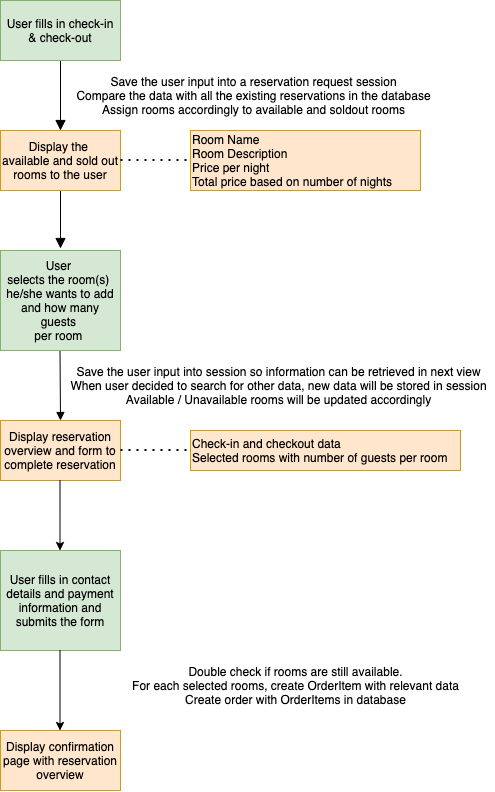
Before: wireframes/flowchart_reservation_process.png, a diagram exported from draw.io (AnoukSmet/Casa-Pedra-Nobre). Source tidied: cells renumbered, new cells last; positions are measured from the earlier drawing's top-left corner, leaving out a move shared by most shapes.
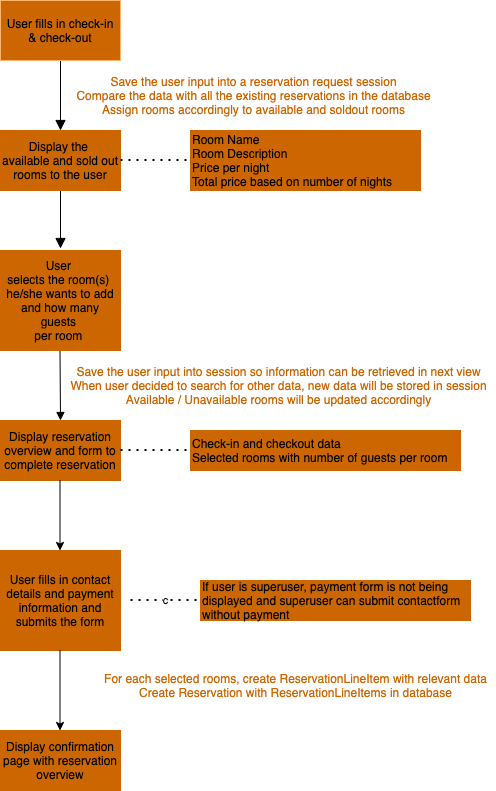
The same diagram one commit later.

Commit message:
Removed opacity spinning overlay + updated flowchart reservation process

What changed in the source:
```diff
@@ -18,7 +18,7 @@
         </Array>
       </mxGeometry>
     </mxCell>
-    <mxCell id="4" value="Save the user input into a reservation request session&lt;br&gt;Compare the data with all the existing reservations in the database&lt;br&gt;Assign rooms accordingly to available and soldout rooms" style="text;html=1;align=center;verticalAlign=middle;" parent="1" vertex="1">
+    <mxCell id="4" value="Save the user input into a reservation request session&lt;br&gt;Compare the data with all the existing reservations in the database&lt;br&gt;Assign rooms accordingly to available and soldout rooms" style="text;html=1;align=center;verticalAlign=middle;fontColor=#CC6600;" parent="1" vertex="1">
       <mxGeometry x="68" y="70" width="370" height="50" as="geometry" />
     </mxCell>
     <mxCell id="5" style="endArrow=block;html=1;endFill=1;entryX=0.5;entryY=0;entryDx=0;entryDy=0;" parent="1" edge="1" target="9">
@@ -26,19 +26,19 @@
         <mxPoint x="59.5" y="350" as="sourcePoint" />
       </mxGeometry>
     </mxCell>
-    <mxCell id="6" value="&lt;meta charset=&quot;utf-8&quot;&gt;&lt;span style=&quot;color: rgb(0, 0, 0); font-family: helvetica; font-size: 12px; font-style: normal; font-weight: 400; letter-spacing: normal; text-align: center; text-indent: 0px; text-transform: none; word-spacing: 0px; display: inline; float: none;&quot;&gt;Display the&lt;span&gt;&amp;nbsp;&lt;/span&gt;&lt;/span&gt;&lt;br style=&quot;color: rgb(0, 0, 0); font-family: helvetica; font-size: 12px; font-style: normal; font-weight: 400; letter-spacing: normal; text-align: center; text-indent: 0px; text-transform: none; word-spacing: 0px;&quot;&gt;&lt;span style=&quot;color: rgb(0, 0, 0); font-family: helvetica; font-size: 12px; font-style: normal; font-weight: 400; letter-spacing: normal; text-align: center; text-indent: 0px; text-transform: none; word-spacing: 0px; display: inline; float: none;&quot;&gt;available and sold out rooms to the user&lt;/span&gt;" style="rounded=0;whiteSpace=wrap;html=1;fillColor=#ffe6cc;strokeColor=#d79b00;labelBackgroundColor=none;" parent="1" vertex="1">
+    <mxCell id="6" value="&lt;meta charset=&quot;utf-8&quot;&gt;&lt;span style=&quot;color: rgb(0, 0, 0); font-family: helvetica; font-size: 12px; font-style: normal; font-weight: 400; letter-spacing: normal; text-align: center; text-indent: 0px; text-transform: none; word-spacing: 0px; display: inline; float: none;&quot;&gt;Display the&lt;span&gt;&amp;nbsp;&lt;/span&gt;&lt;/span&gt;&lt;br style=&quot;color: rgb(0, 0, 0); font-family: helvetica; font-size: 12px; font-style: normal; font-weight: 400; letter-spacing: normal; text-align: center; text-indent: 0px; text-transform: none; word-spacing: 0px;&quot;&gt;&lt;span style=&quot;color: rgb(0, 0, 0); font-family: helvetica; font-size: 12px; font-style: normal; font-weight: 400; letter-spacing: normal; text-align: center; text-indent: 0px; text-transform: none; word-spacing: 0px; display: inline; float: none;&quot;&gt;available and sold out rooms to the user&lt;/span&gt;" style="rounded=0;whiteSpace=wrap;html=1;labelBackgroundColor=none;strokeColor=#CC6600;fillColor=#CC6600;" parent="1" vertex="1">
       <mxGeometry y="130" width="120" height="60" as="geometry" />
     </mxCell>
-    <mxCell id="7" value="&lt;meta charset=&quot;utf-8&quot;&gt;&lt;span style=&quot;color: rgb(0, 0, 0); font-family: helvetica; font-size: 12px; font-style: normal; font-weight: 400; letter-spacing: normal; text-align: center; text-indent: 0px; text-transform: none; word-spacing: 0px; display: inline; float: none;&quot;&gt;User fills in check-in &amp;amp; check-out&lt;/span&gt;" style="rounded=0;whiteSpace=wrap;html=1;fillColor=#d5e8d4;strokeColor=#82b366;labelBackgroundColor=none;" parent="1" vertex="1">
+    <mxCell id="7" value="&lt;meta charset=&quot;utf-8&quot;&gt;&lt;span style=&quot;color: rgb(0, 0, 0); font-family: helvetica; font-size: 12px; font-style: normal; font-weight: 400; letter-spacing: normal; text-align: center; text-indent: 0px; text-transform: none; word-spacing: 0px; display: inline; float: none;&quot;&gt;User fills in check-in &amp;amp; check-out&lt;/span&gt;" style="rounded=0;whiteSpace=wrap;html=1;labelBackgroundColor=none;strokeColor=#FFB570;fillColor=#CC6600;" parent="1" vertex="1">
       <mxGeometry width="120" height="60" as="geometry" />
     </mxCell>
-    <mxCell id="8" value="&lt;span style=&quot;color: rgb(0 , 0 , 0) ; font-family: &amp;#34;helvetica&amp;#34; ; font-size: 12px ; font-style: normal ; font-weight: 400 ; letter-spacing: normal ; text-align: center ; text-indent: 0px ; text-transform: none ; word-spacing: 0px ; display: inline ; float: none&quot;&gt;User&lt;span&gt;&amp;nbsp;&lt;/span&gt;&lt;/span&gt;&lt;br style=&quot;color: rgb(0 , 0 , 0) ; font-family: &amp;#34;helvetica&amp;#34; ; font-size: 12px ; font-style: normal ; font-weight: 400 ; letter-spacing: normal ; text-align: center ; text-indent: 0px ; text-transform: none ; word-spacing: 0px&quot;&gt;&lt;span style=&quot;color: rgb(0 , 0 , 0) ; font-family: &amp;#34;helvetica&amp;#34; ; font-size: 12px ; font-style: normal ; font-weight: 400 ; letter-spacing: normal ; text-align: center ; text-indent: 0px ; text-transform: none ; word-spacing: 0px ; display: inline ; float: none&quot;&gt;selects&amp;nbsp;the room(s)&lt;span&gt;&amp;nbsp;&lt;/span&gt;&lt;/span&gt;&lt;br style=&quot;color: rgb(0 , 0 , 0) ; font-family: &amp;#34;helvetica&amp;#34; ; font-size: 12px ; font-style: normal ; font-weight: 400 ; letter-spacing: normal ; text-align: center ; text-indent: 0px ; text-transform: none ; word-spacing: 0px&quot;&gt;&lt;span style=&quot;color: rgb(0 , 0 , 0) ; font-family: &amp;#34;helvetica&amp;#34; ; font-size: 12px ; font-style: normal ; font-weight: 400 ; letter-spacing: normal ; text-align: center ; text-indent: 0px ; text-transform: none ; word-spacing: 0px ; display: inline ; float: none&quot;&gt;he/she wants to add and how many guests&lt;span&gt;&amp;nbsp;&lt;/span&gt;&lt;/span&gt;&lt;br style=&quot;color: rgb(0 , 0 , 0) ; font-family: &amp;#34;helvetica&amp;#34; ; font-size: 12px ; font-style: normal ; font-weight: 400 ; letter-spacing: normal ; text-align: center ; text-indent: 0px ; text-transform: none ; word-spacing: 0px&quot;&gt;&lt;span style=&quot;color: rgb(0 , 0 , 0) ; font-family: &amp;#34;helvetica&amp;#34; ; font-size: 12px ; font-style: normal ; font-weight: 400 ; letter-spacing: normal ; text-align: center ; text-indent: 0px ; text-transform: none ; word-spacing: 0px ; display: inline ; float: none&quot;&gt;per&amp;nbsp;room&amp;nbsp;&lt;/span&gt;" style="rounded=0;whiteSpace=wrap;html=1;fillColor=#d5e8d4;strokeColor=#82b366;labelBackgroundColor=none;" parent="1" vertex="1">
+    <mxCell id="8" value="&lt;span style=&quot;&quot;&gt;&lt;span style=&quot;color: rgb(0 , 0 , 0) ; font-family: &amp;quot;helvetica&amp;quot; ; font-size: 12px ; font-style: normal ; font-weight: 400 ; letter-spacing: normal ; text-align: center ; text-indent: 0px ; text-transform: none ; word-spacing: 0px ; display: inline ; float: none&quot;&gt;User&lt;span&gt;&amp;nbsp;&lt;/span&gt;&lt;/span&gt;&lt;br style=&quot;color: rgb(0 , 0 , 0) ; font-family: &amp;quot;helvetica&amp;quot; ; font-size: 12px ; font-style: normal ; font-weight: 400 ; letter-spacing: normal ; text-align: center ; text-indent: 0px ; text-transform: none ; word-spacing: 0px&quot;&gt;&lt;span style=&quot;color: rgb(0 , 0 , 0) ; font-family: &amp;quot;helvetica&amp;quot; ; font-size: 12px ; font-style: normal ; font-weight: 400 ; letter-spacing: normal ; text-align: center ; text-indent: 0px ; text-transform: none ; word-spacing: 0px ; display: inline ; float: none&quot;&gt;selects&amp;nbsp;the room(s)&lt;span&gt;&amp;nbsp;&lt;/span&gt;&lt;/span&gt;&lt;br style=&quot;color: rgb(0 , 0 , 0) ; font-family: &amp;quot;helvetica&amp;quot; ; font-size: 12px ; font-style: normal ; font-weight: 400 ; letter-spacing: normal ; text-align: center ; text-indent: 0px ; text-transform: none ; word-spacing: 0px&quot;&gt;&lt;span style=&quot;color: rgb(0 , 0 , 0) ; font-family: &amp;quot;helvetica&amp;quot; ; font-size: 12px ; font-style: normal ; font-weight: 400 ; letter-spacing: normal ; text-align: center ; text-indent: 0px ; text-transform: none ; word-spacing: 0px ; display: inline ; float: none&quot;&gt;he/she wants to add and how many guests&lt;span&gt;&amp;nbsp;&lt;/span&gt;&lt;/span&gt;&lt;br style=&quot;color: rgb(0 , 0 , 0) ; font-family: &amp;quot;helvetica&amp;quot; ; font-size: 12px ; font-style: normal ; font-weight: 400 ; letter-spacing: normal ; text-align: center ; text-indent: 0px ; text-transform: none ; word-spacing: 0px&quot;&gt;&lt;span style=&quot;color: rgb(0 , 0 , 0) ; font-family: &amp;quot;helvetica&amp;quot; ; font-size: 12px ; font-style: normal ; font-weight: 400 ; letter-spacing: normal ; text-align: center ; text-indent: 0px ; text-transform: none ; word-spacing: 0px ; display: inline ; float: none&quot;&gt;per&amp;nbsp;room&amp;nbsp;&lt;/span&gt;&lt;/span&gt;" style="rounded=0;whiteSpace=wrap;html=1;labelBackgroundColor=#CC6600;strokeColor=#CC6600;fillColor=#CC6600;" parent="1" vertex="1">
       <mxGeometry y="250" width="120" height="100" as="geometry" />
     </mxCell>
-    <mxCell id="9" value="Display reservation overview and form to complete reservation" style="rounded=0;whiteSpace=wrap;html=1;fillColor=#ffe6cc;strokeColor=#d79b00;" parent="1" vertex="1">
+    <mxCell id="9" value="Display reservation overview and form to complete reservation" style="rounded=0;whiteSpace=wrap;html=1;strokeColor=#CC6600;fillColor=#CC6600;" parent="1" vertex="1">
       <mxGeometry y="420" width="120" height="60" as="geometry" />
     </mxCell>
-    <mxCell id="10" value="Save the user input into session so information can be retrieved in next view&lt;br&gt;When user decided to search for other data, new data will be stored in session&lt;br&gt;Available / Unavailable rooms will be updated accordingly" style="text;html=1;align=center;verticalAlign=middle;" parent="1" vertex="1">
+    <mxCell id="10" value="&lt;font color=&quot;#cc6600&quot;&gt;Save the user input into session so information can be retrieved in next view&lt;br&gt;When user decided to search for other data, new data will be stored in session&lt;br&gt;Available / Unavailable rooms will be updated accordingly&lt;/font&gt;" style="text;html=1;align=center;verticalAlign=middle;" parent="1" vertex="1">
       <mxGeometry x="63" y="360" width="430" height="50" as="geometry" />
     </mxCell>
     <mxCell id="11" style="endArrow=none;dashed=1;html=1;dashPattern=1 3;strokeWidth=2;" parent="1" edge="1">
@@ -47,7 +47,7 @@
         <mxPoint x="190" y="159.5" as="targetPoint" />
       </mxGeometry>
     </mxCell>
-    <mxCell id="12" value="Room Name&lt;br&gt;Room Description&lt;br&gt;Price per night&lt;br&gt;Total price based on number of nights" style="text;html=1;strokeColor=#d79b00;fillColor=#ffe6cc;align=left;verticalAlign=middle;whiteSpace=wrap;rounded=0;" parent="1" vertex="1">
+    <mxCell id="12" value="Room Name&lt;br&gt;Room Description&lt;br&gt;Price per night&lt;br&gt;Total price based on number of nights" style="text;html=1;align=left;verticalAlign=middle;whiteSpace=wrap;rounded=0;strokeColor=#CC6600;fillColor=#CC6600;" parent="1" vertex="1">
       <mxGeometry x="190" y="130" width="230" height="60" as="geometry" />
     </mxCell>
     <mxCell id="13" style="endArrow=none;dashed=1;html=1;dashPattern=1 3;strokeWidth=2;" parent="1" edge="1">
@@ -56,7 +56,7 @@
         <mxPoint x="190" y="449.5" as="targetPoint" />
       </mxGeometry>
     </mxCell>
-    <mxCell id="14" value="Check-in and checkout data&lt;br&gt;Selected rooms with number of guests per room" style="text;html=1;strokeColor=#d79b00;fillColor=#ffe6cc;align=left;verticalAlign=middle;whiteSpace=wrap;rounded=0;" parent="1" vertex="1">
+    <mxCell id="14" value="Check-in and checkout data&lt;br&gt;Selected rooms with number of guests per room" style="text;html=1;align=left;verticalAlign=middle;whiteSpace=wrap;rounded=0;strokeColor=#CC6600;fillColor=#CC6600;" parent="1" vertex="1">
       <mxGeometry x="190" y="430" width="270" height="40" as="geometry" />
     </mxCell>
     <mxCell id="15" style="endArrow=classic;html=1;" parent="1" edge="1">
@@ -65,7 +65,7 @@
         <mxPoint x="59.5" y="550" as="targetPoint" />
       </mxGeometry>
     </mxCell>
-    <mxCell id="16" value="User fills in contact details and payment information and submits the form" style="rounded=0;whiteSpace=wrap;html=1;labelBackgroundColor=none;align=center;fillColor=#d5e8d4;strokeColor=#82b366;" parent="1" vertex="1">
+    <mxCell id="16" value="User fills in contact details and payment information and submits the form" style="rounded=0;whiteSpace=wrap;html=1;labelBackgroundColor=none;align=center;fillColor=#CC6600;strokeColor=#CC6600;" parent="1" vertex="1">
       <mxGeometry y="550" width="120" height="100" as="geometry" />
     </mxCell>
     <mxCell id="17" style="endArrow=classic;html=1;" parent="1" edge="1">
@@ -74,11 +74,20 @@
         <mxPoint x="59.5" y="730" as="targetPoint" />
       </mxGeometry>
     </mxCell>
-    <mxCell id="18" value="Double check if rooms are still available.&lt;br&gt;For each selected rooms, create OrderItem with relevant data&lt;br&gt;Create order with OrderItems in database" style="text;html=1;align=center;verticalAlign=middle;" parent="1" vertex="1">
-      <mxGeometry x="125" y="660" width="340" height="50" as="geometry" />
+    <mxCell id="18" value="For each selected rooms, create ReservationLineItem with relevant data&lt;br&gt;Create Reservation with ReservationLineItems in database" style="text;html=1;align=center;verticalAlign=middle;fontColor=#CC6600;" parent="1" vertex="1">
+      <mxGeometry x="95" y="670" width="400" height="30" as="geometry" />
     </mxCell>
-    <mxCell id="19" value="Display confirmation page with reservation overview" style="rounded=0;whiteSpace=wrap;html=1;labelBackgroundColor=none;align=center;fillColor=#ffe6cc;strokeColor=#d79b00;" parent="1" vertex="1">
+    <mxCell id="19" value="Display confirmation page with reservation overview" style="rounded=0;whiteSpace=wrap;html=1;labelBackgroundColor=none;align=center;strokeColor=#CC6600;fillColor=#CC6600;" parent="1" vertex="1">
       <mxGeometry y="730" width="120" height="60" as="geometry" />
     </mxCell>
+    <mxCell id="20" value="c&lt;span style=&quot;color: rgba(0 , 0 , 0 , 0) ; font-family: monospace ; font-size: 0px ; background-color: rgb(248 , 249 , 250)&quot;&gt;%3CmxGraphModel%3E%3Croot%3E%3CmxCell%20id%3D%220%22%2F%3E%3CmxCell%20id%3D%221%22%20parent%3D%220%22%2F%3E%3CmxCell%20id%3D%222%22%20value%3D%22%22%20style%3D%22endArrow%3Dnone%3Bdashed%3D1%3Bhtml%3D1%3BdashPattern%3D1%203%3BstrokeWidth%3D2%3B%22%20edge%3D%221%22%20parent%3D%221%22%3E%3CmxGeometry%20width%3D%2250%22%20height%3D%2250%22%20relative%3D%221%22%20as%3D%22geometry%22%3E%3CmxPoint%20x%3D%22280%22%20y%3D%22509.5%22%20as%3D%22sourcePoint%22%2F%3E%3CmxPoint%20x%3D%22350%22%20y%3D%22509.5%22%20as%3D%22targetPoint%22%2F%3E%3C%2FmxGeometry%3E%3C%2FmxCell%3E%3C%2Froot%3E%3C%2FmxGraphModel%3E&lt;/span&gt;" style="endArrow=none;dashed=1;html=1;dashPattern=1 3;strokeWidth=2;" parent="1" edge="1">
+      <mxGeometry relative="1" as="geometry">
+        <mxPoint x="130" y="599.5" as="sourcePoint" />
+        <mxPoint x="200" y="599.5" as="targetPoint" />
+      </mxGeometry>
+    </mxCell>
+    <mxCell id="21" value="If user is superuser, payment form is not being displayed and superuser can submit contactform without payment" style="text;html=1;align=left;verticalAlign=middle;whiteSpace=wrap;rounded=0;fillColor=#CC6600;strokeColor=#CC6600;" parent="1" vertex="1">
+      <mxGeometry x="200" y="580" width="270" height="40" as="geometry" />
+    </mxCell>
   </root>
 </mxGraphModel>
```
